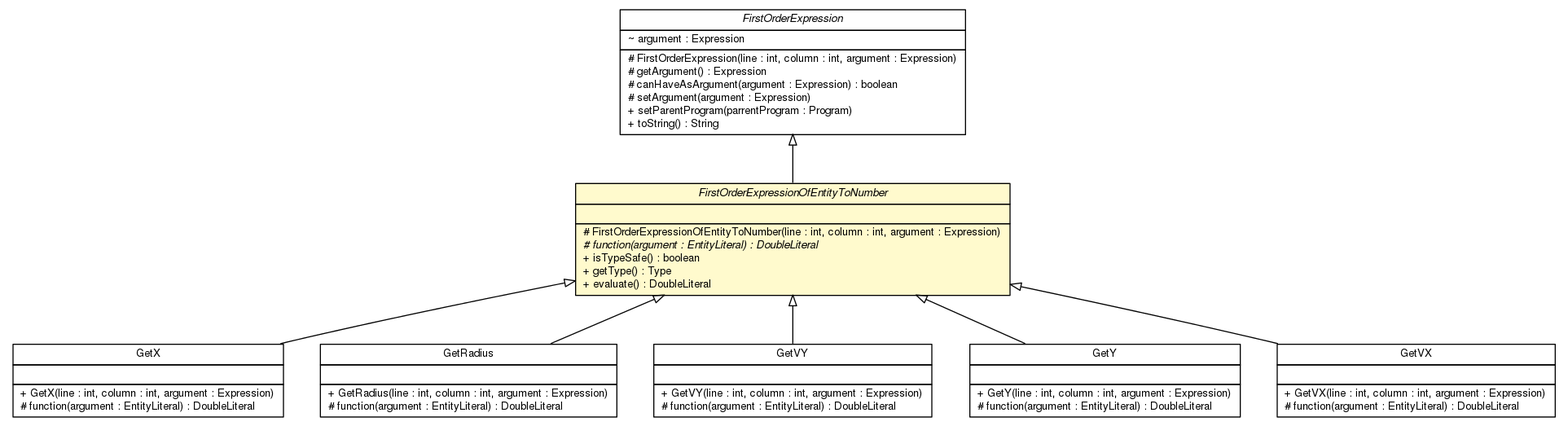
Above: doc/model/programs/parsing/language/expression/first_order/FirstOrderExpressionOfEntityToNumber.png in sinopeus/asteroids (Graphviz), before the change. Its source is kept beside it as doc/model/programs/parsing/language/expression/first_order/FirstOrderExpressionOfEntityToNumber.dot.
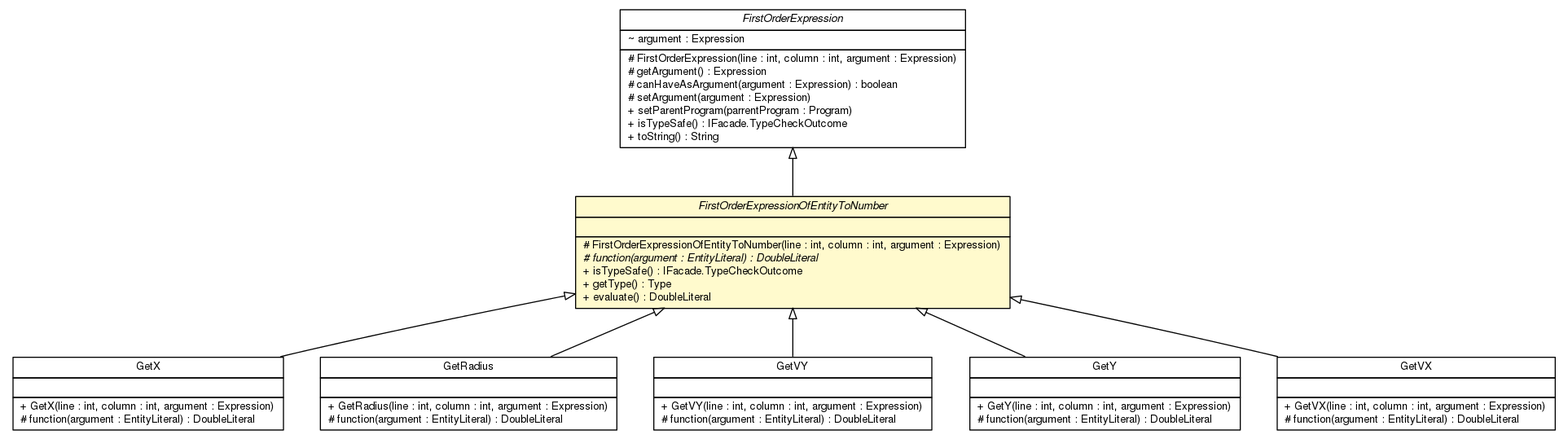
Above is the later version.

What changed in the source:
```diff
@@ -4,7 +4,7 @@
 	node [fontname="Helvetica",fontsize=10,shape=plaintext];
 	nodesep=0.25;
 	ranksep=0.5;
-	c9893 [label=<<table title="model.programs.parsing.language.expression.first_order.GetX" border="0" cellborder="1" cellspacing="0" cellpadding="2" port="p" href="./GetX.html">
+	c9892 [label=<<table title="model.programs.parsing.language.expression.first_order.GetX" border="0" cellborder="1" cellspacing="0" cellpadding="2" port="p" href="./GetX.html">
 		<tr><td><table border="0" cellspacing="0" cellpadding="1">
 <tr><td align="center" balign="center"> GetX </td></tr>
 		</table></td></tr>
@@ -16,7 +16,7 @@
 <tr><td align="left" balign="left"> # function(argument : EntityLiteral) : DoubleLiteral </td></tr>
 		</table></td></tr>
 		</table>>, URL="./GetX.html", fontname="Helvetica", fontcolor="black", fontsize=10.0];
-	c9896 [label=<<table title="model.programs.parsing.language.expression.first_order.GetRadius" border="0" cellborder="1" cellspacing="0" cellpadding="2" port="p" href="./GetRadius.html">
+	c9895 [label=<<table title="model.programs.parsing.language.expression.first_order.GetRadius" border="0" cellborder="1" cellspacing="0" cellpadding="2" port="p" href="./GetRadius.html">
 		<tr><td><table border="0" cellspacing="0" cellpadding="1">
 <tr><td align="center" balign="center"> GetRadius </td></tr>
 		</table></td></tr>
@@ -28,7 +28,7 @@
 <tr><td align="left" balign="left"> # function(argument : EntityLiteral) : DoubleLiteral </td></tr>
 		</table></td></tr>
 		</table>>, URL="./GetRadius.html", fontname="Helvetica", fontcolor="black", fontsize=10.0];
-	c9897 [label=<<table title="model.programs.parsing.language.expression.first_order.GetVY" border="0" cellborder="1" cellspacing="0" cellpadding="2" port="p" href="./GetVY.html">
+	c9896 [label=<<table title="model.programs.parsing.language.expression.first_order.GetVY" border="0" cellborder="1" cellspacing="0" cellpadding="2" port="p" href="./GetVY.html">
 		<tr><td><table border="0" cellspacing="0" cellpadding="1">
 <tr><td align="center" balign="center"> GetVY </td></tr>
 		</table></td></tr>
@@ -40,7 +40,7 @@
 <tr><td align="left" balign="left"> # function(argument : EntityLiteral) : DoubleLiteral </td></tr>
 		</table></td></tr>
 		</table>>, URL="./GetVY.html", fontname="Helvetica", fontcolor="black", fontsize=10.0];
-	c9899 [label=<<table title="model.programs.parsing.language.expression.first_order.GetY" border="0" cellborder="1" cellspacing="0" cellpadding="2" port="p" href="./GetY.html">
+	c9898 [label=<<table title="model.programs.parsing.language.expression.first_order.GetY" border="0" cellborder="1" cellspacing="0" cellpadding="2" port="p" href="./GetY.html">
 		<tr><td><table border="0" cellspacing="0" cellpadding="1">
 <tr><td align="center" balign="center"> GetY </td></tr>
 		</table></td></tr>
@@ -52,7 +52,7 @@
 <tr><td align="left" balign="left"> # function(argument : EntityLiteral) : DoubleLiteral </td></tr>
 		</table></td></tr>
 		</table>>, URL="./GetY.html", fontname="Helvetica", fontcolor="black", fontsize=10.0];
-	c9900 [label=<<table title="model.programs.parsing.language.expression.first_order.FirstOrderExpression" border="0" cellborder="1" cellspacing="0" cellpadding="2" port="p" href="./FirstOrderExpression.html">
+	c9899 [label=<<table title="model.programs.parsing.language.expression.first_order.FirstOrderExpression" border="0" cellborder="1" cellspacing="0" cellpadding="2" port="p" href="./FirstOrderExpression.html">
 		<tr><td><table border="0" cellspacing="0" cellpadding="1">
 <tr><td align="center" balign="center"><font face="Helvetica-Oblique"> FirstOrderExpression </font></td></tr>
 		</table></td></tr>
@@ -65,10 +65,11 @@
 <tr><td align="left" balign="left"> # canHaveAsArgument(argument : Expression) : boolean </td></tr>
 <tr><td align="left" balign="left"> # setArgument(argument : Expression) </td></tr>
 <tr><td align="left" balign="left"> + setParentProgram(parrentProgram : Program) </td></tr>
+<tr><td align="left" balign="left"> + isTypeSafe() : IFacade.TypeCheckOutcome </td></tr>
 <tr><td align="left" balign="left"> + toString() : String </td></tr>
 		</table></td></tr>
 		</table>>, URL="./FirstOrderExpression.html", fontname="Helvetica", fontcolor="black", fontsize=10.0];
-	c9903 [label=<<table title="model.programs.parsing.language.expression.first_order.FirstOrderExpressionOfEntityToNumber" border="0" cellborder="1" cellspacing="0" cellpadding="2" port="p" bgcolor="lemonChiffon" href="./FirstOrderExpressionOfEntityToNumber.html">
+	c9902 [label=<<table title="model.programs.parsing.language.expression.first_order.FirstOrderExpressionOfEntityToNumber" border="0" cellborder="1" cellspacing="0" cellpadding="2" port="p" bgcolor="lemonChiffon" href="./FirstOrderExpressionOfEntityToNumber.html">
 		<tr><td><table border="0" cellspacing="0" cellpadding="1">
 <tr><td align="center" balign="center"><font face="Helvetica-Oblique"> FirstOrderExpressionOfEntityToNumber </font></td></tr>
 		</table></td></tr>
@@ -78,12 +79,12 @@
 		<tr><td><table border="0" cellspacing="0" cellpadding="1">
 <tr><td align="left" balign="left"> # FirstOrderExpressionOfEntityToNumber(line : int, column : int, argument : Expression) </td></tr>
 <tr><td align="left" balign="left"><font face="Helvetica-Oblique" point-size="10.0"> # function(argument : EntityLiteral) : DoubleLiteral </font></td></tr>
-<tr><td align="left" balign="left"> + isTypeSafe() : boolean </td></tr>
+<tr><td align="left" balign="left"> + isTypeSafe() : IFacade.TypeCheckOutcome </td></tr>
 <tr><td align="left" balign="left"> + getType() : Type </td></tr>
 <tr><td align="left" balign="left"> + evaluate() : DoubleLiteral </td></tr>
 		</table></td></tr>
 		</table>>, URL="./FirstOrderExpressionOfEntityToNumber.html", fontname="Helvetica", fontcolor="black", fontsize=10.0];
-	c9905 [label=<<table title="model.programs.parsing.language.expression.first_order.GetVX" border="0" cellborder="1" cellspacing="0" cellpadding="2" port="p" href="./GetVX.html">
+	c9904 [label=<<table title="model.programs.parsing.language.expression.first_order.GetVX" border="0" cellborder="1" cellspacing="0" cellpadding="2" port="p" href="./GetVX.html">
 		<tr><td><table border="0" cellspacing="0" cellpadding="1">
 <tr><td align="center" balign="center"> GetVX </td></tr>
 		</table></td></tr>
@@ -95,10 +96,10 @@
 <tr><td align="left" balign="left"> # function(argument : EntityLiteral) : DoubleLiteral </td></tr>
 		</table></td></tr>
 		</table>>, URL="./GetVX.html", fontname="Helvetica", fontcolor="black", fontsize=10.0];
-	c9903:p -> c9893:p [dir=back,arrowtail=empty];
-	c9903:p -> c9896:p [dir=back,arrowtail=empty];
-	c9903:p -> c9897:p [dir=back,arrowtail=empty];
-	c9903:p -> c9899:p [dir=back,arrowtail=empty];
-	c9900:p -> c9903:p [dir=back,arrowtail=empty];
-	c9903:p -> c9905:p [dir=back,arrowtail=empty];
+	c9902:p -> c9892:p [dir=back,arrowtail=empty];
+	c9902:p -> c9895:p [dir=back,arrowtail=empty];
+	c9902:p -> c9896:p [dir=back,arrowtail=empty];
+	c9902:p -> c9898:p [dir=back,arrowtail=empty];
+	c9899:p -> c9902:p [dir=back,arrowtail=empty];
+	c9902:p -> c9904:p [dir=back,arrowtail=empty];
 }
```
